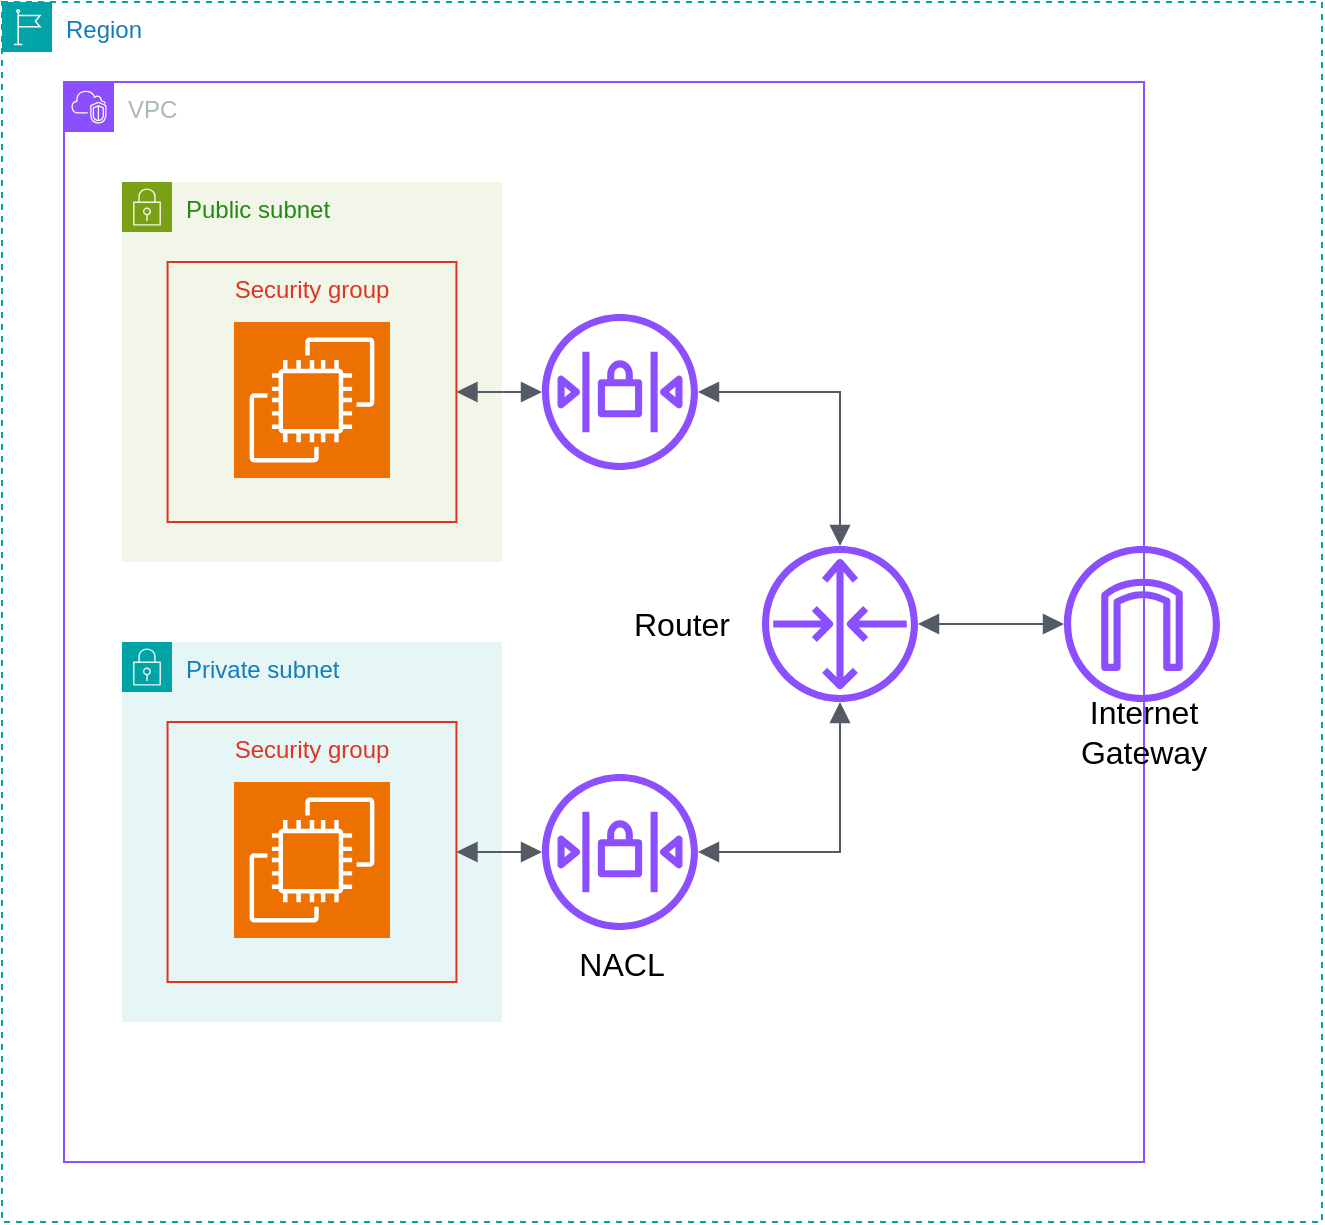
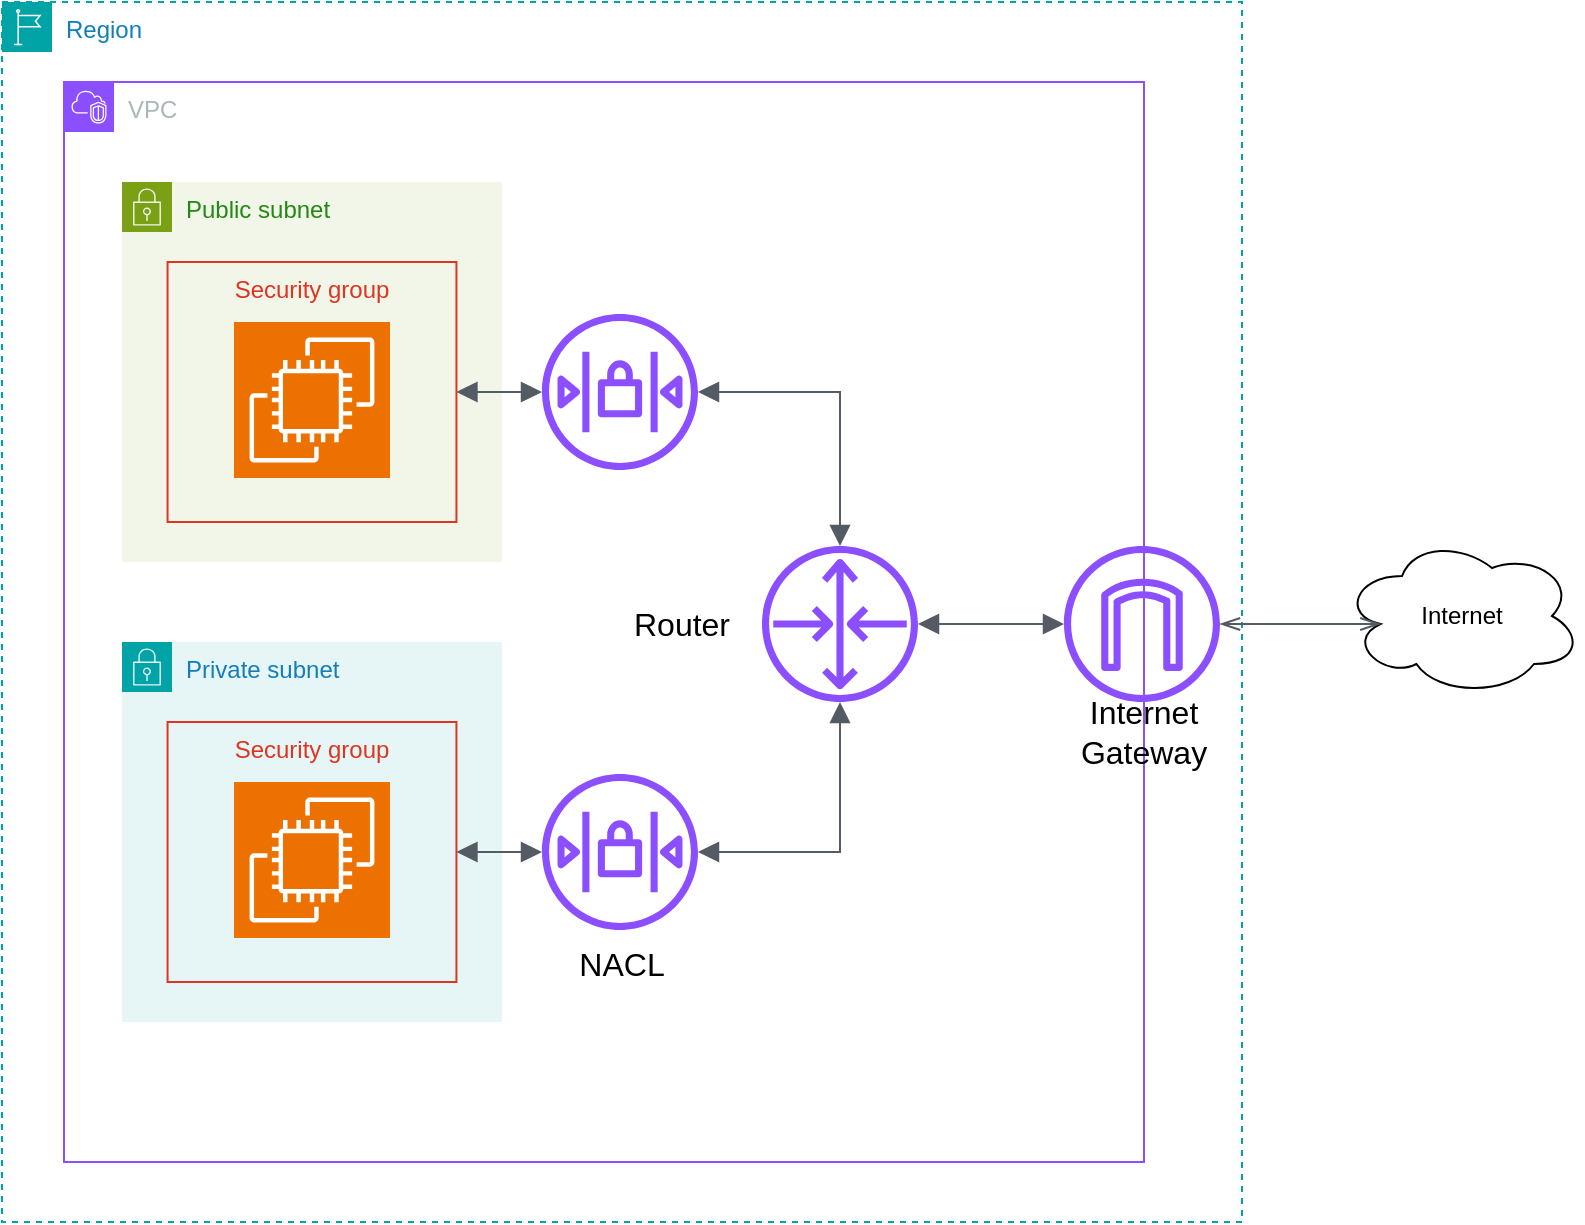
<mxfile host="app.diagrams.net">
  <diagram name="Page-1" id="47PIdGzB24gIor671rK2">
-     <mxGraphModel dx="847" dy="956" grid="1" gridSize="10" guides="1" tooltips="1" connect="1" arrows="1" fold="1" page="1" pageScale="1" pageWidth="850" pageHeight="1100" math="0" shadow="0">
+     <mxGraphModel dx="1111" dy="838" grid="1" gridSize="10" guides="1" tooltips="1" connect="1" arrows="1" fold="1" page="1" pageScale="1" pageWidth="850" pageHeight="1100" math="0" shadow="0">
      <root>
        <mxCell id="0" />
        <mxCell id="1" parent="0" />
        <mxCell id="TeEEws_st0ebllrpk015-25" parent="1" style="points=[[0,0],[0.25,0],[0.5,0],[0.75,0],[1,0],[1,0.25],[1,0.5],[1,0.75],[1,1],[0.75,1],[0.5,1],[0.25,1],[0,1],[0,0.75],[0,0.5],[0,0.25]];outlineConnect=0;gradientColor=none;html=1;whiteSpace=wrap;fontSize=12;fontStyle=0;container=1;pointerEvents=0;collapsible=0;recursiveResize=0;shape=mxgraph.aws4.group;grIcon=mxgraph.aws4.group_region;strokeColor=#00A4A6;fillColor=none;verticalAlign=top;align=left;spacingLeft=30;fontColor=#147EBA;dashed=1;" value="Region" vertex="1">
-           <mxGeometry height="610" width="660" x="50" y="50" as="geometry" />
+           <mxGeometry height="610" width="620" x="50" y="50" as="geometry" />
        </mxCell>
        <mxCell id="TeEEws_st0ebllrpk015-26" parent="TeEEws_st0ebllrpk015-25" style="points=[[0,0],[0.25,0],[0.5,0],[0.75,0],[1,0],[1,0.25],[1,0.5],[1,0.75],[1,1],[0.75,1],[0.5,1],[0.25,1],[0,1],[0,0.75],[0,0.5],[0,0.25]];outlineConnect=0;gradientColor=none;html=1;whiteSpace=wrap;fontSize=12;fontStyle=0;container=1;pointerEvents=0;collapsible=0;recursiveResize=0;shape=mxgraph.aws4.group;grIcon=mxgraph.aws4.group_vpc2;strokeColor=#8C4FFF;fillColor=none;verticalAlign=top;align=left;spacingLeft=30;fontColor=#AAB7B8;dashed=0;" value="VPC" vertex="1">
          <mxGeometry height="540" width="540" x="31" y="40" as="geometry" />
        </mxCell>
        <mxCell id="TeEEws_st0ebllrpk015-28" parent="TeEEws_st0ebllrpk015-26" style="sketch=0;outlineConnect=0;fontColor=#232F3E;gradientColor=none;fillColor=#8C4FFF;strokeColor=none;dashed=0;verticalLabelPosition=bottom;verticalAlign=top;align=center;html=1;fontSize=12;fontStyle=0;aspect=fixed;pointerEvents=1;shape=mxgraph.aws4.internet_gateway;" value="" vertex="1">
          <mxGeometry height="78" width="78" x="500" y="232" as="geometry" />
        </mxCell>
        <mxCell id="TeEEws_st0ebllrpk015-33" parent="TeEEws_st0ebllrpk015-26" style="sketch=0;outlineConnect=0;fontColor=#232F3E;gradientColor=none;fillColor=#8C4FFF;strokeColor=none;dashed=0;verticalLabelPosition=bottom;verticalAlign=top;align=center;html=1;fontSize=12;fontStyle=0;aspect=fixed;pointerEvents=1;shape=mxgraph.aws4.router;" value="" vertex="1">
          <mxGeometry height="78" width="78" x="349" y="232" as="geometry" />
        </mxCell>
        <mxCell id="TeEEws_st0ebllrpk015-34" parent="TeEEws_st0ebllrpk015-26" style="text;html=1;whiteSpace=wrap;strokeColor=none;fillColor=none;align=center;verticalAlign=middle;rounded=0;fontSize=16;" value="Router" vertex="1">
          <mxGeometry height="30" width="60" x="279" y="256" as="geometry" />
        </mxCell>
        <mxCell id="TeEEws_st0ebllrpk015-30" parent="TeEEws_st0ebllrpk015-26" style="text;html=1;whiteSpace=wrap;strokeColor=none;fillColor=none;align=center;verticalAlign=middle;rounded=0;fontSize=16;" value="NACL" vertex="1">
          <mxGeometry height="30" width="60" x="249" y="426" as="geometry" />
        </mxCell>
        <mxCell id="TeEEws_st0ebllrpk015-12" parent="TeEEws_st0ebllrpk015-26" style="sketch=0;outlineConnect=0;fontColor=#232F3E;gradientColor=none;fillColor=#8C4FFF;strokeColor=none;dashed=0;verticalLabelPosition=bottom;verticalAlign=top;align=center;html=1;fontSize=12;fontStyle=0;aspect=fixed;pointerEvents=1;shape=mxgraph.aws4.network_access_control_list;" value="" vertex="1">
          <mxGeometry height="78" width="78" x="239" y="116" as="geometry" />
        </mxCell>
        <mxCell id="TeEEws_st0ebllrpk015-24" parent="TeEEws_st0ebllrpk015-26" style="sketch=0;outlineConnect=0;fontColor=#232F3E;gradientColor=none;fillColor=#8C4FFF;strokeColor=none;dashed=0;verticalLabelPosition=bottom;verticalAlign=top;align=center;html=1;fontSize=12;fontStyle=0;aspect=fixed;pointerEvents=1;shape=mxgraph.aws4.network_access_control_list;" value="" vertex="1">
          <mxGeometry height="78" width="78" x="239" y="346" as="geometry" />
        </mxCell>
        <mxCell id="TeEEws_st0ebllrpk015-37" edge="1" parent="TeEEws_st0ebllrpk015-26" source="TeEEws_st0ebllrpk015-24" style="edgeStyle=orthogonalEdgeStyle;html=1;endArrow=block;elbow=vertical;startArrow=block;startFill=1;endFill=1;strokeColor=#545B64;rounded=0;fontSize=12;startSize=8;endSize=8;" target="TeEEws_st0ebllrpk015-33" value="">
          <mxGeometry relative="1" width="100" as="geometry">
            <mxPoint x="279" y="340" as="sourcePoint" />
            <mxPoint x="379" y="340" as="targetPoint" />
          </mxGeometry>
        </mxCell>
        <mxCell id="TeEEws_st0ebllrpk015-41" edge="1" parent="TeEEws_st0ebllrpk015-26" source="TeEEws_st0ebllrpk015-12" style="edgeStyle=orthogonalEdgeStyle;html=1;endArrow=block;elbow=vertical;startArrow=block;startFill=1;endFill=1;strokeColor=#545B64;rounded=0;fontSize=12;startSize=8;endSize=8;" target="TeEEws_st0ebllrpk015-33" value="">
          <mxGeometry relative="1" width="100" as="geometry">
            <mxPoint x="349" y="120" as="sourcePoint" />
            <mxPoint x="449" y="120" as="targetPoint" />
          </mxGeometry>
        </mxCell>
        <mxCell id="TeEEws_st0ebllrpk015-42" edge="1" parent="TeEEws_st0ebllrpk015-26" source="TeEEws_st0ebllrpk015-33" style="edgeStyle=orthogonalEdgeStyle;html=1;endArrow=block;elbow=vertical;startArrow=block;startFill=1;endFill=1;strokeColor=#545B64;rounded=0;fontSize=12;startSize=8;endSize=8;curved=1;" target="TeEEws_st0ebllrpk015-28" value="">
          <mxGeometry relative="1" width="100" as="geometry">
            <mxPoint x="429" y="270" as="sourcePoint" />
            <mxPoint x="499" y="270" as="targetPoint" />
          </mxGeometry>
        </mxCell>
        <mxCell id="TeEEws_st0ebllrpk015-29" edge="1" parent="TeEEws_st0ebllrpk015-25" source="TeEEws_st0ebllrpk015-26" style="edgeStyle=none;curved=1;rounded=0;orthogonalLoop=1;jettySize=auto;html=1;exitX=1;exitY=0.25;exitDx=0;exitDy=0;fontSize=12;startSize=8;endSize=8;" target="TeEEws_st0ebllrpk015-26">
          <mxGeometry relative="1" as="geometry" />
        </mxCell>
        <mxCell id="TeEEws_st0ebllrpk015-14" parent="1" style="points=[[0,0],[0.25,0],[0.5,0],[0.75,0],[1,0],[1,0.25],[1,0.5],[1,0.75],[1,1],[0.75,1],[0.5,1],[0.25,1],[0,1],[0,0.75],[0,0.5],[0,0.25]];outlineConnect=0;gradientColor=none;html=1;whiteSpace=wrap;fontSize=12;fontStyle=0;container=1;pointerEvents=0;collapsible=0;recursiveResize=0;shape=mxgraph.aws4.group;grIcon=mxgraph.aws4.group_security_group;grStroke=0;strokeColor=#7AA116;fillColor=#F2F6E8;verticalAlign=top;align=left;spacingLeft=30;fontColor=#248814;dashed=0;" value="Public subnet" vertex="1">
          <mxGeometry height="190" width="190" x="110" y="140" as="geometry" />
        </mxCell>
        <mxCell id="TeEEws_st0ebllrpk015-22" parent="TeEEws_st0ebllrpk015-14" style="fillColor=none;strokeColor=#DD3522;verticalAlign=top;fontStyle=0;fontColor=#DD3522;whiteSpace=wrap;html=1;" value="Security group" vertex="1">
          <mxGeometry height="130" width="144.44" x="22.78" y="40" as="geometry" />
        </mxCell>
        <mxCell id="TeEEws_st0ebllrpk015-23" parent="TeEEws_st0ebllrpk015-14" style="sketch=0;points=[[0,0,0],[0.25,0,0],[0.5,0,0],[0.75,0,0],[1,0,0],[0,1,0],[0.25,1,0],[0.5,1,0],[0.75,1,0],[1,1,0],[0,0.25,0],[0,0.5,0],[0,0.75,0],[1,0.25,0],[1,0.5,0],[1,0.75,0]];outlineConnect=0;fontColor=#232F3E;fillColor=#ED7100;strokeColor=#ffffff;dashed=0;verticalLabelPosition=bottom;verticalAlign=top;align=center;html=1;fontSize=12;fontStyle=0;aspect=fixed;shape=mxgraph.aws4.resourceIcon;resIcon=mxgraph.aws4.ec2;" value="" vertex="1">
          <mxGeometry height="78" width="78" x="56.00000000000003" y="70" as="geometry" />
        </mxCell>
        <mxCell id="TeEEws_st0ebllrpk015-5" parent="1" style="points=[[0,0],[0.25,0],[0.5,0],[0.75,0],[1,0],[1,0.25],[1,0.5],[1,0.75],[1,1],[0.75,1],[0.5,1],[0.25,1],[0,1],[0,0.75],[0,0.5],[0,0.25]];outlineConnect=0;gradientColor=none;html=1;whiteSpace=wrap;fontSize=12;fontStyle=0;container=1;pointerEvents=0;collapsible=0;recursiveResize=0;shape=mxgraph.aws4.group;grIcon=mxgraph.aws4.group_security_group;grStroke=0;strokeColor=#00A4A6;fillColor=#E6F6F7;verticalAlign=top;align=left;spacingLeft=30;fontColor=#147EBA;dashed=0;" value="Private subnet" vertex="1">
          <mxGeometry height="190" width="190" x="110" y="370" as="geometry" />
        </mxCell>
        <mxCell id="TeEEws_st0ebllrpk015-8" parent="TeEEws_st0ebllrpk015-5" style="fillColor=none;strokeColor=#DD3522;verticalAlign=top;fontStyle=0;fontColor=#DD3522;whiteSpace=wrap;html=1;" value="Security group" vertex="1">
          <mxGeometry height="130" width="144.44" x="22.78" y="40" as="geometry" />
        </mxCell>
        <mxCell id="TeEEws_st0ebllrpk015-20" edge="1" parent="TeEEws_st0ebllrpk015-5" source="TeEEws_st0ebllrpk015-8" style="edgeStyle=none;curved=1;rounded=0;orthogonalLoop=1;jettySize=auto;html=1;exitX=1;exitY=1;exitDx=0;exitDy=0;fontSize=12;startSize=8;endSize=8;" target="TeEEws_st0ebllrpk015-8">
          <mxGeometry relative="1" as="geometry" />
        </mxCell>
        <mxCell id="TeEEws_st0ebllrpk015-21" parent="TeEEws_st0ebllrpk015-5" style="sketch=0;points=[[0,0,0],[0.25,0,0],[0.5,0,0],[0.75,0,0],[1,0,0],[0,1,0],[0.25,1,0],[0.5,1,0],[0.75,1,0],[1,1,0],[0,0.25,0],[0,0.5,0],[0,0.75,0],[1,0.25,0],[1,0.5,0],[1,0.75,0]];outlineConnect=0;fontColor=#232F3E;fillColor=#ED7100;strokeColor=#ffffff;dashed=0;verticalLabelPosition=bottom;verticalAlign=top;align=center;html=1;fontSize=12;fontStyle=0;aspect=fixed;shape=mxgraph.aws4.resourceIcon;resIcon=mxgraph.aws4.ec2;" value="" vertex="1">
          <mxGeometry height="78" width="78" x="56" y="70" as="geometry" />
        </mxCell>
        <mxCell id="TeEEws_st0ebllrpk015-32" parent="1" style="text;html=1;whiteSpace=wrap;strokeColor=none;fillColor=none;align=center;verticalAlign=middle;rounded=0;fontSize=16;" value="Internet&lt;div&gt;Gateway&lt;/div&gt;" vertex="1">
          <mxGeometry height="30" width="60" x="591" y="400" as="geometry" />
        </mxCell>
        <mxCell id="TeEEws_st0ebllrpk015-38" edge="1" parent="1" source="TeEEws_st0ebllrpk015-8" style="edgeStyle=orthogonalEdgeStyle;html=1;endArrow=block;elbow=vertical;startArrow=block;startFill=1;endFill=1;strokeColor=#545B64;rounded=0;fontSize=12;startSize=8;endSize=8;curved=1;exitX=1;exitY=0.5;exitDx=0;exitDy=0;" target="TeEEws_st0ebllrpk015-24" value="">
          <mxGeometry relative="1" width="100" as="geometry">
            <mxPoint x="360" y="430" as="sourcePoint" />
            <mxPoint x="460" y="430" as="targetPoint" />
          </mxGeometry>
        </mxCell>
        <mxCell id="TeEEws_st0ebllrpk015-39" edge="1" parent="1" source="TeEEws_st0ebllrpk015-22" style="edgeStyle=orthogonalEdgeStyle;html=1;endArrow=block;elbow=vertical;startArrow=block;startFill=1;endFill=1;strokeColor=#545B64;rounded=0;fontSize=12;startSize=8;endSize=8;curved=1;exitX=1;exitY=0.5;exitDx=0;exitDy=0;" target="TeEEws_st0ebllrpk015-12" value="">
          <mxGeometry relative="1" width="100" as="geometry">
            <mxPoint x="360" y="430" as="sourcePoint" />
            <mxPoint x="460" y="430" as="targetPoint" />
          </mxGeometry>
        </mxCell>
+         <mxCell id="A3M9weMIbJA3tOA3JWn7-1" parent="1" style="ellipse;shape=cloud;whiteSpace=wrap;html=1;" value="Internet" vertex="1">
+           <mxGeometry height="80" width="120" x="720" y="317" as="geometry" />
+         </mxCell>
+         <mxCell id="A3M9weMIbJA3tOA3JWn7-2" edge="1" parent="1" source="TeEEws_st0ebllrpk015-28" style="edgeStyle=orthogonalEdgeStyle;html=1;endArrow=openThin;elbow=vertical;startArrow=openThin;startFill=0;endFill=0;strokeColor=#545B64;rounded=0;fontSize=12;startSize=8;endSize=8;curved=1;entryX=0.16;entryY=0.55;entryDx=0;entryDy=0;entryPerimeter=0;" target="A3M9weMIbJA3tOA3JWn7-1" value="">
+           <mxGeometry relative="1" width="100" as="geometry">
+             <mxPoint x="720" y="240" as="sourcePoint" />
+             <mxPoint x="820" y="240" as="targetPoint" />
+           </mxGeometry>
+         </mxCell>
      </root>
    </mxGraphModel>
  </diagram>
</mxfile>
